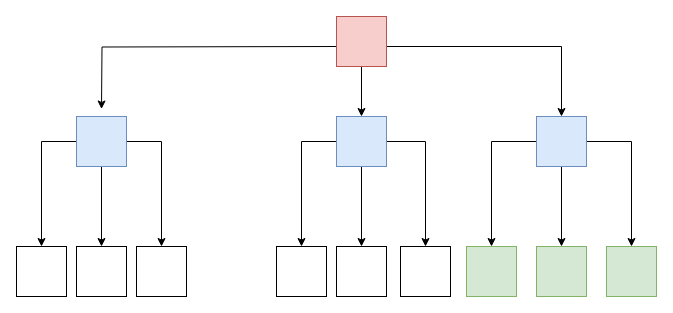
Above: Diagrama sem nome.drawio in flavioanjos/ImageBind (draw.io), before the change. Source tidied: cells renumbered, new cells numbered last; positions are measured from the earlier drawing's top-left corner, leaving out a move shared by most shapes. Both pictures are drawn from the tidied source at 100%, with x=0, y=0 at pixel (16, 16).
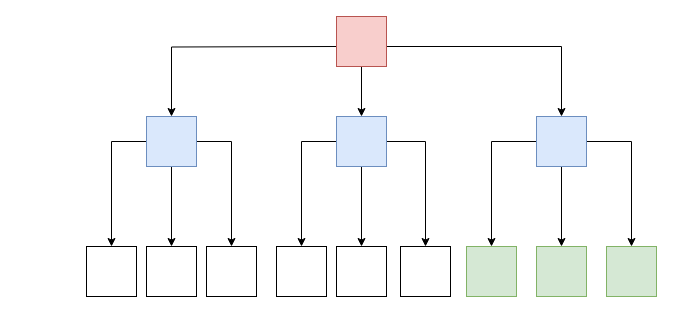
The same diagram, later.

The edit, as a diff of the source:
```diff
@@
-    <mxCell id="4" style="edgeStyle=orthogonalEdgeStyle;rounded=0;orthogonalLoop=1;jettySize=auto;html=1;exitX=0;exitY=0.75;exitDx=0;exitDy=0;" parent="1" edge="1">
+    <mxCell id="4" style="edgeStyle=orthogonalEdgeStyle;rounded=0;jettySize=auto;html=1;exitX=0;exitY=0.75;exitDx=0;exitDy=0;" parent="1" edge="1" target="9">
       <mxGeometry relative="1" as="geometry">
         <mxPoint x="320" y="30" as="sourcePoint" />
-        <mxPoint x="85" y="92.5" as="targetPoint" />
       </mxGeometry>
     </mxCell>
@@
     <mxCell id="9" style="whiteSpace=wrap;html=1;fillColor=#dae8fc;strokeColor=#6c8ebf;" parent="1" vertex="1">
-      <mxGeometry x="60" y="100" width="50" height="50" as="geometry" />
+      <mxGeometry x="130" y="100" width="50" height="50" as="geometry" />
     </mxCell>
@@
     <mxCell id="18" style="whiteSpace=wrap;html=1;" parent="1" vertex="1">
-      <mxGeometry y="230" width="50" height="50" as="geometry" />
+      <mxGeometry x="70" y="230" width="50" height="50" as="geometry" />
     </mxCell>
     <mxCell id="19" style="whiteSpace=wrap;html=1;" parent="1" vertex="1">
-      <mxGeometry x="60" y="230" width="50" height="50" as="geometry" />
+      <mxGeometry x="130" y="230" width="50" height="50" as="geometry" />
     </mxCell>
     <mxCell id="20" style="whiteSpace=wrap;html=1;" parent="1" vertex="1">
-      <mxGeometry x="120" y="230" width="50" height="50" as="geometry" />
+      <mxGeometry x="190" y="230" width="50" height="50" as="geometry" />
     </mxCell>
```
